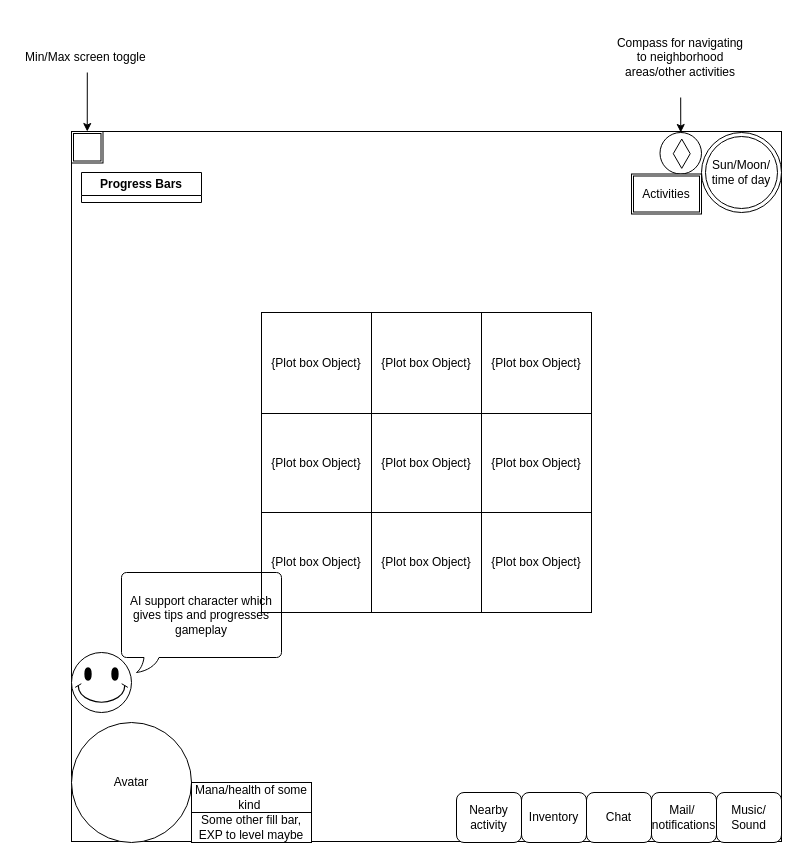
This is My Garden Screen Wireframe.drawio from Dallon/InnerPlot, a draw.io file, before an edit. Source tidied: cells renumbered, new cells numbered last; positions are measured from the earlier drawing's top-left corner, leaving out a move shared by most shapes. Both pictures are drawn from the tidied source at 100%, with x=0, y=0 at pixel (17, 17).
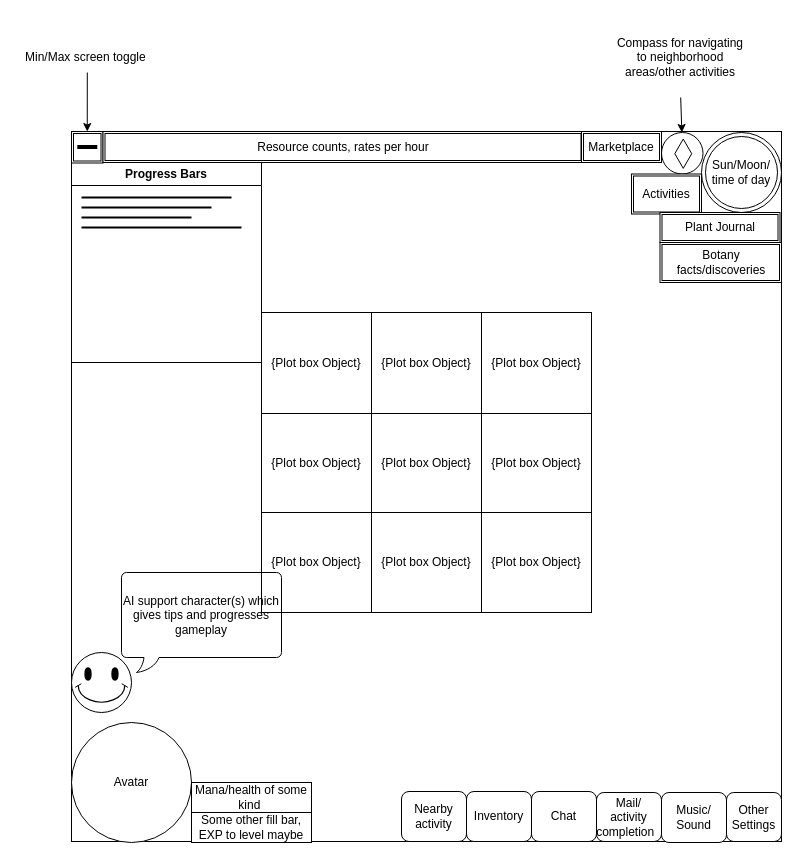
Above is the later version.

Commit message:
Added Marketplace, other settings button, Plant Journal, Botany Discoveries

What changed in the source:
```diff
@@
     <mxCell id="3" value="Inventory" style="rounded=1;whiteSpace=wrap;html=1;" parent="1" vertex="1">
-      <mxGeometry x="504" y="775" width="65" height="50" as="geometry" />
+      <mxGeometry x="449" y="774" width="65" height="50" as="geometry" />
     </mxCell>
     <mxCell id="4" value="Chat" style="rounded=1;whiteSpace=wrap;html=1;" parent="1" vertex="1">
-      <mxGeometry x="569" y="775" width="65" height="50" as="geometry" />
+      <mxGeometry x="514" y="774" width="65" height="50" as="geometry" />
     </mxCell>
-    <mxCell id="5" value="Progress Bars" style="swimlane;whiteSpace=wrap;html=1;" parent="1" vertex="1" collapsed="1">
-      <mxGeometry x="64" y="155" width="120" height="30" as="geometry" />
+    <mxCell id="5" value="Progress Bars" style="swimlane;whiteSpace=wrap;html=1;" parent="1" vertex="1">
+      <mxGeometry x="54" y="145" width="190" height="200" as="geometry" />
     </mxCell>
+    <mxCell id="36" style="line;strokeWidth=2;html=1;" parent="5" vertex="1">
+      <mxGeometry x="10" y="30" width="150" height="10" as="geometry" />
+    </mxCell>
+    <mxCell id="37" style="line;strokeWidth=2;html=1;fillColor=#54FF54;" parent="5" vertex="1">
+      <mxGeometry x="10" y="40" width="130" height="10" as="geometry" />
+    </mxCell>
+    <mxCell id="38" style="line;strokeWidth=2;html=1;" parent="5" vertex="1">
+      <mxGeometry x="10" y="50" width="110" height="10" as="geometry" />
+    </mxCell>
+    <mxCell id="39" style="line;strokeWidth=2;html=1;fillColor=#CCFF99;" parent="5" vertex="1">
+      <mxGeometry x="10" y="60" width="160" height="10" as="geometry" />
+    </mxCell>
     <mxCell id="6" value="Music/&lt;br&gt;Sound" style="rounded=1;whiteSpace=wrap;html=1;" parent="1" vertex="1">
-      <mxGeometry x="699" y="775" width="65" height="50" as="geometry" />
+      <mxGeometry x="644" y="775" width="65" height="50" as="geometry" />
     </mxCell>
-    <mxCell id="7" value="Mail/&amp;nbsp; &lt;br&gt;notifications&lt;br&gt;" style="rounded=1;whiteSpace=wrap;html=1;" parent="1" vertex="1">
-      <mxGeometry x="634" y="775" width="65" height="50" as="geometry" />
+    <mxCell id="7" value="Mail/ activity completion&amp;nbsp;&amp;nbsp;" style="rounded=1;whiteSpace=wrap;html=1;" parent="1" vertex="1">
+      <mxGeometry x="579" y="775" width="65" height="49" as="geometry" />
     </mxCell>
@@
-    <mxCell id="11" value="AI support character which gives tips and progresses gameplay" style="whiteSpace=wrap;html=1;shape=mxgraph.basic.roundRectCallout;dx=30;dy=15;size=5;boundedLbl=1;" parent="1" vertex="1">
+    <mxCell id="11" value="AI support character(s) which gives tips and progresses gameplay" style="whiteSpace=wrap;html=1;shape=mxgraph.basic.roundRectCallout;dx=30;dy=15;size=5;boundedLbl=1;" parent="1" vertex="1">
       <mxGeometry x="104" y="555" width="160" height="100" as="geometry" />
     </mxCell>
@@
     <mxCell id="15" style="ellipse;whiteSpace=wrap;html=1;" parent="1" vertex="1">
-      <mxGeometry x="642.5" y="115" width="41.5" height="41.5" as="geometry" />
+      <mxGeometry x="644" y="115" width="41.5" height="41.5" as="geometry" />
     </mxCell>
     <mxCell id="16" style="html=1;whiteSpace=wrap;shape=isoRectangle;rotation=-90;" parent="1" vertex="1">
-      <mxGeometry x="649.6" y="127.4" width="29.3" height="17.6" as="geometry" />
+      <mxGeometry x="651.1" y="127.4" width="29.3" height="17.6" as="geometry" />
     </mxCell>
@@
     <mxCell id="21" value="Nearby activity" style="rounded=1;whiteSpace=wrap;html=1;" parent="1" vertex="1">
-      <mxGeometry x="439" y="775" width="65" height="50" as="geometry" />
+      <mxGeometry x="384" y="774" width="65" height="50" as="geometry" />
     </mxCell>
@@
+    <mxCell id="40" value="Plant Journal" style="shape=ext;double=1;rounded=0;whiteSpace=wrap;html=1;" parent="1" vertex="1">
+      <mxGeometry x="642.5" y="195" width="120" height="30" as="geometry" />
+    </mxCell>
+    <mxCell id="41" value="Botany facts/discoveries" style="shape=ext;double=1;rounded=0;whiteSpace=wrap;html=1;" parent="1" vertex="1">
+      <mxGeometry x="642.5" y="225" width="121.5" height="40" as="geometry" />
+    </mxCell>
+    <mxCell id="42" value="Resource counts, rates per hour" style="shape=ext;double=1;rounded=0;whiteSpace=wrap;html=1;" parent="1" vertex="1">
+      <mxGeometry x="85.5" y="114" width="480" height="31" as="geometry" />
+    </mxCell>
+    <mxCell id="43" value="Other Settings" style="rounded=1;whiteSpace=wrap;html=1;" parent="1" vertex="1">
+      <mxGeometry x="709" y="775" width="55" height="49" as="geometry" />
+    </mxCell>
+    <mxCell id="44" style="line;strokeWidth=4;html=1;perimeter=backbonePerimeter;" parent="1" vertex="1">
+      <mxGeometry x="59.8" y="124.5" width="20" height="10" as="geometry" />
+    </mxCell>
+    <mxCell id="45" value="Marketplace" style="shape=ext;double=1;rounded=0;whiteSpace=wrap;html=1;" parent="1" vertex="1">
+      <mxGeometry x="564" y="114" width="80" height="31" as="geometry" />
+    </mxCell>
```
